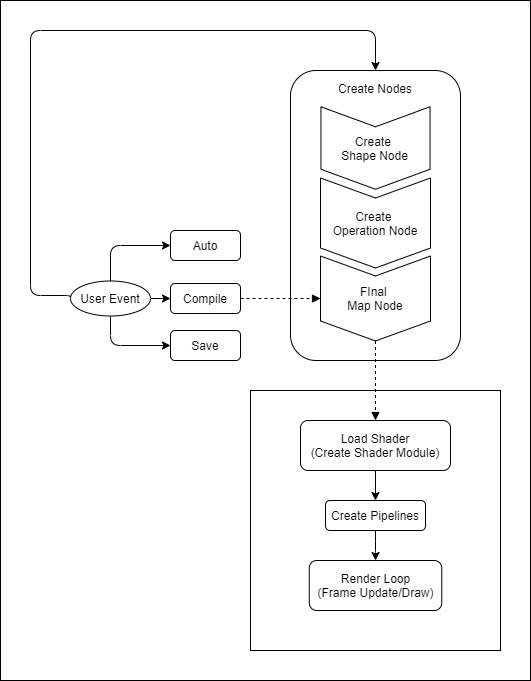
hiradyazdan/sdf-ray4d-engine keeps this draw.io diagram as docs/design/sdf-graph-architecture.png. Above is the earlier version. Source tidied: cells renumbered, new cells last; positions are measured from the earlier drawing's top-left corner, leaving out a move shared by most shapes. Source of this version:
```xml
<mxGraphModel>
  <root>
    <mxCell id="0" />
    <mxCell id="1" parent="0" />
    <mxCell id="2" style="rounded=0;whiteSpace=wrap;html=1;" parent="1" vertex="1">
      <mxGeometry width="530" height="680" as="geometry" />
    </mxCell>
    <mxCell id="3" value="Auto" style="rounded=1;whiteSpace=wrap;html=1;" parent="1" vertex="1">
      <mxGeometry x="170" y="230" width="70" height="30" as="geometry" />
    </mxCell>
    <mxCell id="4" value="Compile" style="rounded=1;whiteSpace=wrap;html=1;" parent="1" vertex="1">
      <mxGeometry x="170" y="283" width="70" height="30" as="geometry" />
    </mxCell>
    <mxCell id="5" value="Save" style="rounded=1;whiteSpace=wrap;html=1;" parent="1" vertex="1">
      <mxGeometry x="170" y="330" width="70" height="30" as="geometry" />
    </mxCell>
    <mxCell id="6" style="edgeStyle=orthogonalEdgeStyle;rounded=1;jettySize=auto;html=1;exitX=0.5;exitY=0;exitDx=0;exitDy=0;entryX=0;entryY=0.5;entryDx=0;entryDy=0;" parent="1" edge="1" source="10" target="3">
      <mxGeometry relative="1" as="geometry" />
    </mxCell>
    <mxCell id="7" style="edgeStyle=orthogonalEdgeStyle;rounded=1;jettySize=auto;html=1;exitX=0.5;exitY=1;exitDx=0;exitDy=0;entryX=0;entryY=0.5;entryDx=0;entryDy=0;" parent="1" edge="1" source="10" target="5">
      <mxGeometry relative="1" as="geometry" />
    </mxCell>
    <mxCell id="8" style="edgeStyle=orthogonalEdgeStyle;rounded=1;jettySize=auto;html=1;exitX=0;exitY=0.5;exitDx=0;exitDy=0;entryX=0.5;entryY=0;entryDx=0;entryDy=0;" parent="1" edge="1" source="10" target="11">
      <mxGeometry relative="1" as="geometry">
        <Array as="points">
          <mxPoint x="30" y="295" />
          <mxPoint x="30" y="30" />
          <mxPoint x="375" y="30" />
        </Array>
      </mxGeometry>
    </mxCell>
    <mxCell id="9" style="edgeStyle=orthogonalEdgeStyle;rounded=0;jettySize=auto;html=1;exitX=1;exitY=0.5;exitDx=0;exitDy=0;entryX=0;entryY=0.5;entryDx=0;entryDy=0;" parent="1" edge="1" source="10" target="4">
      <mxGeometry relative="1" as="geometry" />
    </mxCell>
    <mxCell id="10" value="User Event" style="ellipse;whiteSpace=wrap;html=1;" parent="1" vertex="1">
      <mxGeometry x="70" y="280.5" width="80" height="35" as="geometry" />
    </mxCell>
    <mxCell id="11" style="rounded=1;whiteSpace=wrap;html=1;" parent="1" vertex="1">
      <mxGeometry x="290" y="70" width="170" height="290" as="geometry" />
    </mxCell>
    <mxCell id="12" style="rounded=0;whiteSpace=wrap;html=1;" parent="1" vertex="1">
      <mxGeometry x="250" y="390" width="250" height="260" as="geometry" />
    </mxCell>
    <mxCell id="13" style="edgeStyle=orthogonalEdgeStyle;rounded=1;jettySize=auto;html=1;exitX=0.5;exitY=1;exitDx=0;exitDy=0;entryX=0.5;entryY=0;entryDx=0;entryDy=0;startSize=0;endSize=6;sourcePerimeterSpacing=0;targetPerimeterSpacing=0;" parent="1" edge="1" source="14" target="16">
      <mxGeometry relative="1" as="geometry" />
    </mxCell>
    <mxCell id="14" value="Load Shader&lt;br&gt;(Create Shader Module)" style="rounded=1;whiteSpace=wrap;html=1;" parent="1" vertex="1">
      <mxGeometry x="300" y="420" width="150" height="50" as="geometry" />
    </mxCell>
    <mxCell id="15" style="edgeStyle=orthogonalEdgeStyle;rounded=1;jettySize=auto;html=1;exitX=0.5;exitY=1;exitDx=0;exitDy=0;startSize=0;endSize=6;sourcePerimeterSpacing=0;targetPerimeterSpacing=0;" parent="1" edge="1" source="16" target="17">
      <mxGeometry relative="1" as="geometry" />
    </mxCell>
    <mxCell id="16" value="Create Pipelines" style="rounded=1;whiteSpace=wrap;html=1;" parent="1" vertex="1">
      <mxGeometry x="325" y="500" width="100" height="30" as="geometry" />
    </mxCell>
    <mxCell id="17" value="Render Loop&lt;br&gt;(Frame Update/Draw)" style="rounded=1;whiteSpace=wrap;html=1;" parent="1" vertex="1">
      <mxGeometry x="308.8" y="560" width="132.5" height="50" as="geometry" />
    </mxCell>
    <mxCell id="18" style="group;" parent="1" vertex="1">
      <mxGeometry x="320" y="106.3" width="110" height="234.2" as="geometry" />
    </mxCell>
    <mxCell id="19" value="Create &lt;br&gt;Shape Node" style="shape=step;perimeter=stepPerimeter;whiteSpace=wrap;html=1;fixedSize=1;rotation=90;horizontal=0;" parent="18" vertex="1">
      <mxGeometry x="13.8" y="-13.3" width="82.5" height="109.1" as="geometry" />
    </mxCell>
    <mxCell id="20" value="Create &lt;br&gt;Operation Node" style="shape=step;perimeter=stepPerimeter;whiteSpace=wrap;html=1;fixedSize=1;rotation=90;horizontal=0;" parent="18" vertex="1">
      <mxGeometry x="10" y="61.2" width="90" height="110" as="geometry" />
    </mxCell>
    <mxCell id="21" value="FInal &lt;br&gt;Map Node" style="shape=step;perimeter=stepPerimeter;whiteSpace=wrap;html=1;fixedSize=1;rotation=90;horizontal=0;" parent="18" vertex="1">
      <mxGeometry x="12.5" y="136.7" width="85" height="110" as="geometry" />
    </mxCell>
    <mxCell id="22" value="Create Nodes" style="text;html=1;strokeColor=none;fillColor=none;align=center;verticalAlign=middle;whiteSpace=wrap;rounded=0;" parent="1" vertex="1">
      <mxGeometry x="325" y="78.3" width="100" height="20" as="geometry" />
    </mxCell>
    <mxCell id="23" style="edgeStyle=orthogonalEdgeStyle;rounded=1;jettySize=auto;html=1;exitX=1;exitY=0.5;exitDx=0;exitDy=0;startSize=0;endSize=6;sourcePerimeterSpacing=0;targetPerimeterSpacing=0;dashed=1;endArrow=block;endFill=1;entryX=0.5;entryY=1;entryDx=0;entryDy=0;" parent="1" edge="1" source="4" target="21">
      <mxGeometry relative="1" as="geometry">
        <Array as="points">
          <mxPoint x="240" y="298" />
        </Array>
      </mxGeometry>
    </mxCell>
    <mxCell id="24" style="edgeStyle=orthogonalEdgeStyle;rounded=1;jettySize=auto;html=1;exitX=1;exitY=0.5;exitDx=0;exitDy=0;entryX=0.5;entryY=0;entryDx=0;entryDy=0;dashed=1;endArrow=block;endFill=1;startSize=0;endSize=6;sourcePerimeterSpacing=0;targetPerimeterSpacing=0;" parent="1" edge="1" source="21" target="14">
      <mxGeometry relative="1" as="geometry" />
    </mxCell>
  </root>
</mxGraphModel>
```
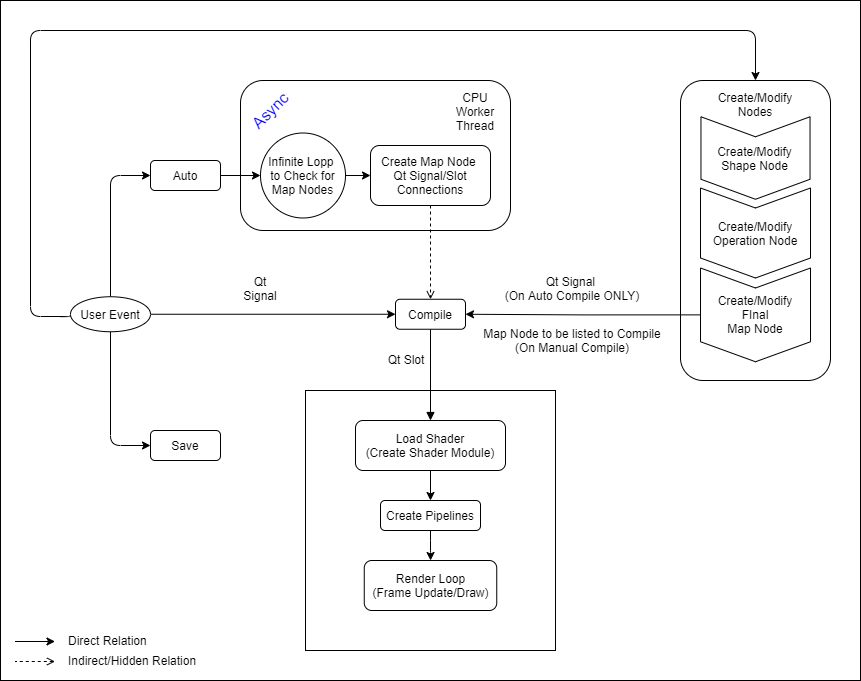
The same diagram one commit later.

Change to the diagram source:
```diff
@@ -3,16 +3,13 @@
     <mxCell id="0" />
     <mxCell id="1" parent="0" />
     <mxCell id="2" style="rounded=0;whiteSpace=wrap;html=1;" parent="1" vertex="1">
-      <mxGeometry width="530" height="680" as="geometry" />
+      <mxGeometry width="860" height="680" as="geometry" />
     </mxCell>
     <mxCell id="3" value="Auto" style="rounded=1;whiteSpace=wrap;html=1;" parent="1" vertex="1">
-      <mxGeometry x="170" y="230" width="70" height="30" as="geometry" />
+      <mxGeometry x="150" y="160" width="70" height="30" as="geometry" />
     </mxCell>
-    <mxCell id="4" value="Compile" style="rounded=1;whiteSpace=wrap;html=1;" parent="1" vertex="1">
-      <mxGeometry x="170" y="283" width="70" height="30" as="geometry" />
-    </mxCell>
     <mxCell id="5" value="Save" style="rounded=1;whiteSpace=wrap;html=1;" parent="1" vertex="1">
-      <mxGeometry x="170" y="330" width="70" height="30" as="geometry" />
+      <mxGeometry x="150" y="430" width="70" height="30" as="geometry" />
     </mxCell>
     <mxCell id="6" style="edgeStyle=orthogonalEdgeStyle;rounded=1;jettySize=auto;html=1;exitX=0.5;exitY=0;exitDx=0;exitDy=0;entryX=0;entryY=0.5;entryDx=0;entryDy=0;" parent="1" edge="1" source="10" target="3">
       <mxGeometry relative="1" as="geometry" />
@@ -23,63 +20,113 @@
     <mxCell id="8" style="edgeStyle=orthogonalEdgeStyle;rounded=1;jettySize=auto;html=1;exitX=0;exitY=0.5;exitDx=0;exitDy=0;entryX=0.5;entryY=0;entryDx=0;entryDy=0;" parent="1" edge="1" source="10" target="11">
       <mxGeometry relative="1" as="geometry">
         <Array as="points">
-          <mxPoint x="30" y="295" />
+          <mxPoint x="30" y="316" />
           <mxPoint x="30" y="30" />
-          <mxPoint x="375" y="30" />
+          <mxPoint x="755" y="30" />
         </Array>
       </mxGeometry>
     </mxCell>
-    <mxCell id="9" style="edgeStyle=orthogonalEdgeStyle;rounded=0;jettySize=auto;html=1;exitX=1;exitY=0.5;exitDx=0;exitDy=0;entryX=0;entryY=0.5;entryDx=0;entryDy=0;" parent="1" edge="1" source="10" target="4">
+    <mxCell id="9" style="edgeStyle=orthogonalEdgeStyle;rounded=1;jettySize=auto;html=1;exitX=1;exitY=0.5;exitDx=0;exitDy=0;entryX=0;entryY=0.5;entryDx=0;entryDy=0;" parent="1" edge="1" source="10" target="4">
       <mxGeometry relative="1" as="geometry" />
     </mxCell>
     <mxCell id="10" value="User Event" style="ellipse;whiteSpace=wrap;html=1;" parent="1" vertex="1">
-      <mxGeometry x="70" y="280.5" width="80" height="35" as="geometry" />
+      <mxGeometry x="70" y="296.2" width="80" height="35" as="geometry" />
     </mxCell>
     <mxCell id="11" style="rounded=1;whiteSpace=wrap;html=1;" parent="1" vertex="1">
-      <mxGeometry x="290" y="70" width="170" height="290" as="geometry" />
+      <mxGeometry x="680" y="80" width="150" height="300" as="geometry" />
     </mxCell>
     <mxCell id="12" style="rounded=0;whiteSpace=wrap;html=1;" parent="1" vertex="1">
-      <mxGeometry x="250" y="390" width="250" height="260" as="geometry" />
+      <mxGeometry x="305" y="390" width="250" height="260" as="geometry" />
     </mxCell>
     <mxCell id="13" style="edgeStyle=orthogonalEdgeStyle;rounded=1;jettySize=auto;html=1;exitX=0.5;exitY=1;exitDx=0;exitDy=0;entryX=0.5;entryY=0;entryDx=0;entryDy=0;startSize=0;endSize=6;sourcePerimeterSpacing=0;targetPerimeterSpacing=0;" parent="1" edge="1" source="14" target="16">
       <mxGeometry relative="1" as="geometry" />
     </mxCell>
     <mxCell id="14" value="Load Shader&lt;br&gt;(Create Shader Module)" style="rounded=1;whiteSpace=wrap;html=1;" parent="1" vertex="1">
-      <mxGeometry x="300" y="420" width="150" height="50" as="geometry" />
+      <mxGeometry x="355" y="420" width="150" height="50" as="geometry" />
     </mxCell>
     <mxCell id="15" style="edgeStyle=orthogonalEdgeStyle;rounded=1;jettySize=auto;html=1;exitX=0.5;exitY=1;exitDx=0;exitDy=0;startSize=0;endSize=6;sourcePerimeterSpacing=0;targetPerimeterSpacing=0;" parent="1" edge="1" source="16" target="17">
       <mxGeometry relative="1" as="geometry" />
     </mxCell>
     <mxCell id="16" value="Create Pipelines" style="rounded=1;whiteSpace=wrap;html=1;" parent="1" vertex="1">
-      <mxGeometry x="325" y="500" width="100" height="30" as="geometry" />
+      <mxGeometry x="380" y="500" width="100" height="30" as="geometry" />
     </mxCell>
     <mxCell id="17" value="Render Loop&lt;br&gt;(Frame Update/Draw)" style="rounded=1;whiteSpace=wrap;html=1;" parent="1" vertex="1">
-      <mxGeometry x="308.8" y="560" width="132.5" height="50" as="geometry" />
+      <mxGeometry x="363.8" y="560" width="132.5" height="50" as="geometry" />
     </mxCell>
-    <mxCell id="18" style="group;" parent="1" vertex="1">
-      <mxGeometry x="320" y="106.3" width="110" height="234.2" as="geometry" />
-    </mxCell>
+    <mxCell id="22" value="Create/Modify Nodes" style="text;html=1;strokeColor=none;fillColor=none;align=center;verticalAlign=middle;whiteSpace=wrap;rounded=0;" parent="1" vertex="1">
+      <mxGeometry x="705" y="88.3" width="100" height="31.7" as="geometry" />
+    </mxCell>
+    <mxCell id="25" style="rounded=1;whiteSpace=wrap;html=1;" parent="1" vertex="1">
+      <mxGeometry x="240" y="80" width="270" height="150" as="geometry" />
+    </mxCell>
+    <mxCell id="26" style="edgeStyle=orthogonalEdgeStyle;rounded=1;jettySize=auto;html=1;exitX=1;exitY=0.5;exitDx=0;exitDy=0;entryX=0;entryY=0.5;entryDx=0;entryDy=0;" parent="1" edge="1" source="27" target="31">
+      <mxGeometry relative="1" as="geometry" />
+    </mxCell>
+    <mxCell id="27" value="&lt;span&gt;Infinite Lopp&amp;nbsp;&lt;br&gt;&lt;/span&gt;&lt;span&gt;to Check for&lt;br&gt;Map Nodes&lt;/span&gt;" style="ellipse;whiteSpace=wrap;html=1;" parent="1" vertex="1">
+      <mxGeometry x="260" y="132.5" width="85" height="85" as="geometry" />
+    </mxCell>
+    <mxCell id="28" style="edgeStyle=orthogonalEdgeStyle;rounded=1;jettySize=auto;html=1;exitX=1;exitY=0.5;exitDx=0;exitDy=0;entryX=0;entryY=0.5;entryDx=0;entryDy=0;" parent="1" edge="1" source="3" target="27">
+      <mxGeometry relative="1" as="geometry" />
+    </mxCell>
+    <mxCell id="29" value="CPU&lt;br&gt;Worker Thread" style="text;html=1;strokeColor=none;fillColor=none;align=center;verticalAlign=middle;whiteSpace=wrap;rounded=0;dashed=1;dashPattern=1 1;" parent="1" vertex="1">
+      <mxGeometry x="450" y="85.5" width="50" height="50" as="geometry" />
+    </mxCell>
+    <mxCell id="30" style="edgeStyle=orthogonalEdgeStyle;rounded=1;jettySize=auto;html=1;exitX=0.5;exitY=1;exitDx=0;exitDy=0;entryX=0.5;entryY=0;entryDx=0;entryDy=0;dashed=1;startArrow=none;startFill=0;endArrow=open;endFill=0;" parent="1" edge="1" source="31" target="4">
+      <mxGeometry relative="1" as="geometry" />
+    </mxCell>
+    <mxCell id="31" value="&lt;span&gt;Create Map Node &lt;br&gt;Qt Signal/Slot Connections&lt;/span&gt;" style="rounded=1;whiteSpace=wrap;html=1;" parent="1" vertex="1">
+      <mxGeometry x="370" y="145" width="120" height="60" as="geometry" />
+    </mxCell>
+    <mxCell id="32" value="Qt Signal" style="text;html=1;strokeColor=none;fillColor=none;align=center;verticalAlign=middle;whiteSpace=wrap;rounded=0;" parent="1" vertex="1">
+      <mxGeometry x="240" y="277.9" width="40" height="20" as="geometry" />
+    </mxCell>
+    <mxCell id="33" value="Qt Slot" style="text;html=1;strokeColor=none;fillColor=none;align=center;verticalAlign=middle;whiteSpace=wrap;rounded=0;" parent="1" vertex="1">
+      <mxGeometry x="386" y="349.4" width="40" height="20" as="geometry" />
+    </mxCell>
+    <mxCell id="34" style="edgeStyle=orthogonalEdgeStyle;rounded=1;jettySize=auto;html=1;exitX=0.5;exitY=1;exitDx=0;exitDy=0;entryX=0.5;entryY=0;entryDx=0;entryDy=0;startArrow=none;startFill=0;endArrow=block;endFill=1;" parent="1" edge="1" source="4" target="14">
+      <mxGeometry relative="1" as="geometry" />
+    </mxCell>
+    <mxCell id="4" value="Compile" style="rounded=1;whiteSpace=wrap;html=1;" parent="1" vertex="1">
+      <mxGeometry x="395" y="298.8" width="70" height="30" as="geometry" />
+    </mxCell>
+    <mxCell id="35" style="edgeStyle=orthogonalEdgeStyle;rounded=1;jettySize=auto;html=1;exitX=0.5;exitY=1;exitDx=0;exitDy=0;entryX=1;entryY=0.5;entryDx=0;entryDy=0;startArrow=none;startFill=0;endArrow=classic;endFill=1;" parent="1" edge="1" source="21" target="4">
+      <mxGeometry relative="1" as="geometry" />
+    </mxCell>
-    <mxCell id="19" value="Create &lt;br&gt;Shape Node" style="shape=step;perimeter=stepPerimeter;whiteSpace=wrap;html=1;fixedSize=1;rotation=90;horizontal=0;" parent="18" vertex="1">
-      <mxGeometry x="13.8" y="-13.3" width="82.5" height="109.1" as="geometry" />
+    <mxCell id="19" value="Create/Modify&lt;br&gt;Shape Node" style="shape=step;perimeter=stepPerimeter;whiteSpace=wrap;html=1;fixedSize=1;rotation=90;horizontal=0;" parent="1" vertex="1">
+      <mxGeometry x="713.8" y="103" width="82.5" height="109.1" as="geometry" />
     </mxCell>
-    <mxCell id="20" value="Create &lt;br&gt;Operation Node" style="shape=step;perimeter=stepPerimeter;whiteSpace=wrap;html=1;fixedSize=1;rotation=90;horizontal=0;" parent="18" vertex="1">
-      <mxGeometry x="10" y="61.2" width="90" height="110" as="geometry" />
+    <mxCell id="20" value="Create/Modify&lt;br&gt;Operation Node" style="shape=step;perimeter=stepPerimeter;whiteSpace=wrap;html=1;fixedSize=1;rotation=90;horizontal=0;" parent="1" vertex="1">
+      <mxGeometry x="710" y="177.5" width="90" height="110" as="geometry" />
     </mxCell>
-    <mxCell id="21" value="FInal &lt;br&gt;Map Node" style="shape=step;perimeter=stepPerimeter;whiteSpace=wrap;html=1;fixedSize=1;rotation=90;horizontal=0;" parent="18" vertex="1">
-      <mxGeometry x="12.5" y="136.7" width="85" height="110" as="geometry" />
+    <mxCell id="21" value="Create/Modify&lt;br&gt;&amp;nbsp;FInal &lt;br&gt;Map Node" style="shape=step;perimeter=stepPerimeter;whiteSpace=wrap;html=1;fixedSize=1;rotation=90;horizontal=0;" parent="1" vertex="1">
+      <mxGeometry x="708.1" y="259.4" width="93.8" height="110" as="geometry" />
     </mxCell>
-    <mxCell id="22" value="Create Nodes" style="text;html=1;strokeColor=none;fillColor=none;align=center;verticalAlign=middle;whiteSpace=wrap;rounded=0;" parent="1" vertex="1">
-      <mxGeometry x="325" y="78.3" width="100" height="20" as="geometry" />
-    </mxCell>
-    <mxCell id="23" style="edgeStyle=orthogonalEdgeStyle;rounded=1;jettySize=auto;html=1;exitX=1;exitY=0.5;exitDx=0;exitDy=0;startSize=0;endSize=6;sourcePerimeterSpacing=0;targetPerimeterSpacing=0;dashed=1;endArrow=block;endFill=1;entryX=0.5;entryY=1;entryDx=0;entryDy=0;" parent="1" edge="1" source="4" target="21">
-      <mxGeometry relative="1" as="geometry">
-        <Array as="points">
-          <mxPoint x="240" y="298" />
-        </Array>
-      </mxGeometry>
-    </mxCell>
-    <mxCell id="24" style="edgeStyle=orthogonalEdgeStyle;rounded=1;jettySize=auto;html=1;exitX=1;exitY=0.5;exitDx=0;exitDy=0;entryX=0.5;entryY=0;entryDx=0;entryDy=0;dashed=1;endArrow=block;endFill=1;startSize=0;endSize=6;sourcePerimeterSpacing=0;targetPerimeterSpacing=0;" parent="1" edge="1" source="21" target="14">
-      <mxGeometry relative="1" as="geometry" />
-    </mxCell>
+    <mxCell id="36" value="Qt Signal &lt;br&gt;(On Auto Compile ONLY)" style="text;html=1;strokeColor=none;fillColor=none;align=center;verticalAlign=middle;whiteSpace=wrap;rounded=0;" parent="1" vertex="1">
+      <mxGeometry x="501.9" y="271" width="140" height="33.8" as="geometry" />
+    </mxCell>
+    <mxCell id="37" value="&lt;font color=&quot;#0000ff&quot;&gt;Async&lt;/font&gt;" style="text;html=1;strokeColor=none;fillColor=none;align=center;verticalAlign=middle;whiteSpace=wrap;rounded=0;dashed=1;fontSize=16;fontColor=#FFFFFF;rotation=-45;" parent="1" vertex="1">
+      <mxGeometry x="250" y="100" width="40" height="20" as="geometry" />
+    </mxCell>
+    <mxCell id="38" value="Map Node to be listed to Compile&lt;br&gt;(On Manual Compile)" style="text;html=1;strokeColor=none;fillColor=none;align=center;verticalAlign=middle;whiteSpace=wrap;rounded=0;" parent="1" vertex="1">
+      <mxGeometry x="482" y="323.5" width="179.7" height="33" as="geometry" />
+    </mxCell>
+    <mxCell id="39" style="endArrow=none;html=1;startArrow=classic;startFill=1;endFill=0;" parent="1" edge="1">
+      <mxGeometry x="27.5" y="982" as="geometry">
+        <mxPoint x="54.5" y="641" as="sourcePoint" />
+        <mxPoint x="14.5" y="641" as="targetPoint" />
+      </mxGeometry>
+    </mxCell>
+    <mxCell id="40" style="endArrow=none;html=1;entryX=-0.075;entryY=-0.05;entryDx=0;entryDy=0;entryPerimeter=0;startArrow=open;startFill=0;endFill=0;dashed=1;" parent="1" edge="1">
+      <mxGeometry x="27.5" y="1002" as="geometry">
+        <mxPoint x="54.5" y="661" as="sourcePoint" />
+        <mxPoint x="14.5" y="661" as="targetPoint" />
+      </mxGeometry>
+    </mxCell>
+    <mxCell id="41" value="Direct Relation" style="text;html=1;strokeColor=none;fillColor=none;align=left;verticalAlign=middle;whiteSpace=wrap;rounded=0;" parent="1" vertex="1">
+      <mxGeometry x="65.5" y="630" width="90" height="20" as="geometry" />
+    </mxCell>
+    <mxCell id="42" value="Indirect/Hidden Relation" style="text;html=1;strokeColor=none;fillColor=none;align=left;verticalAlign=middle;whiteSpace=wrap;rounded=0;" parent="1" vertex="1">
+      <mxGeometry x="65.5" y="650" width="140" height="20" as="geometry" />
+    </mxCell>
   </root>
 </mxGraphModel>
```
